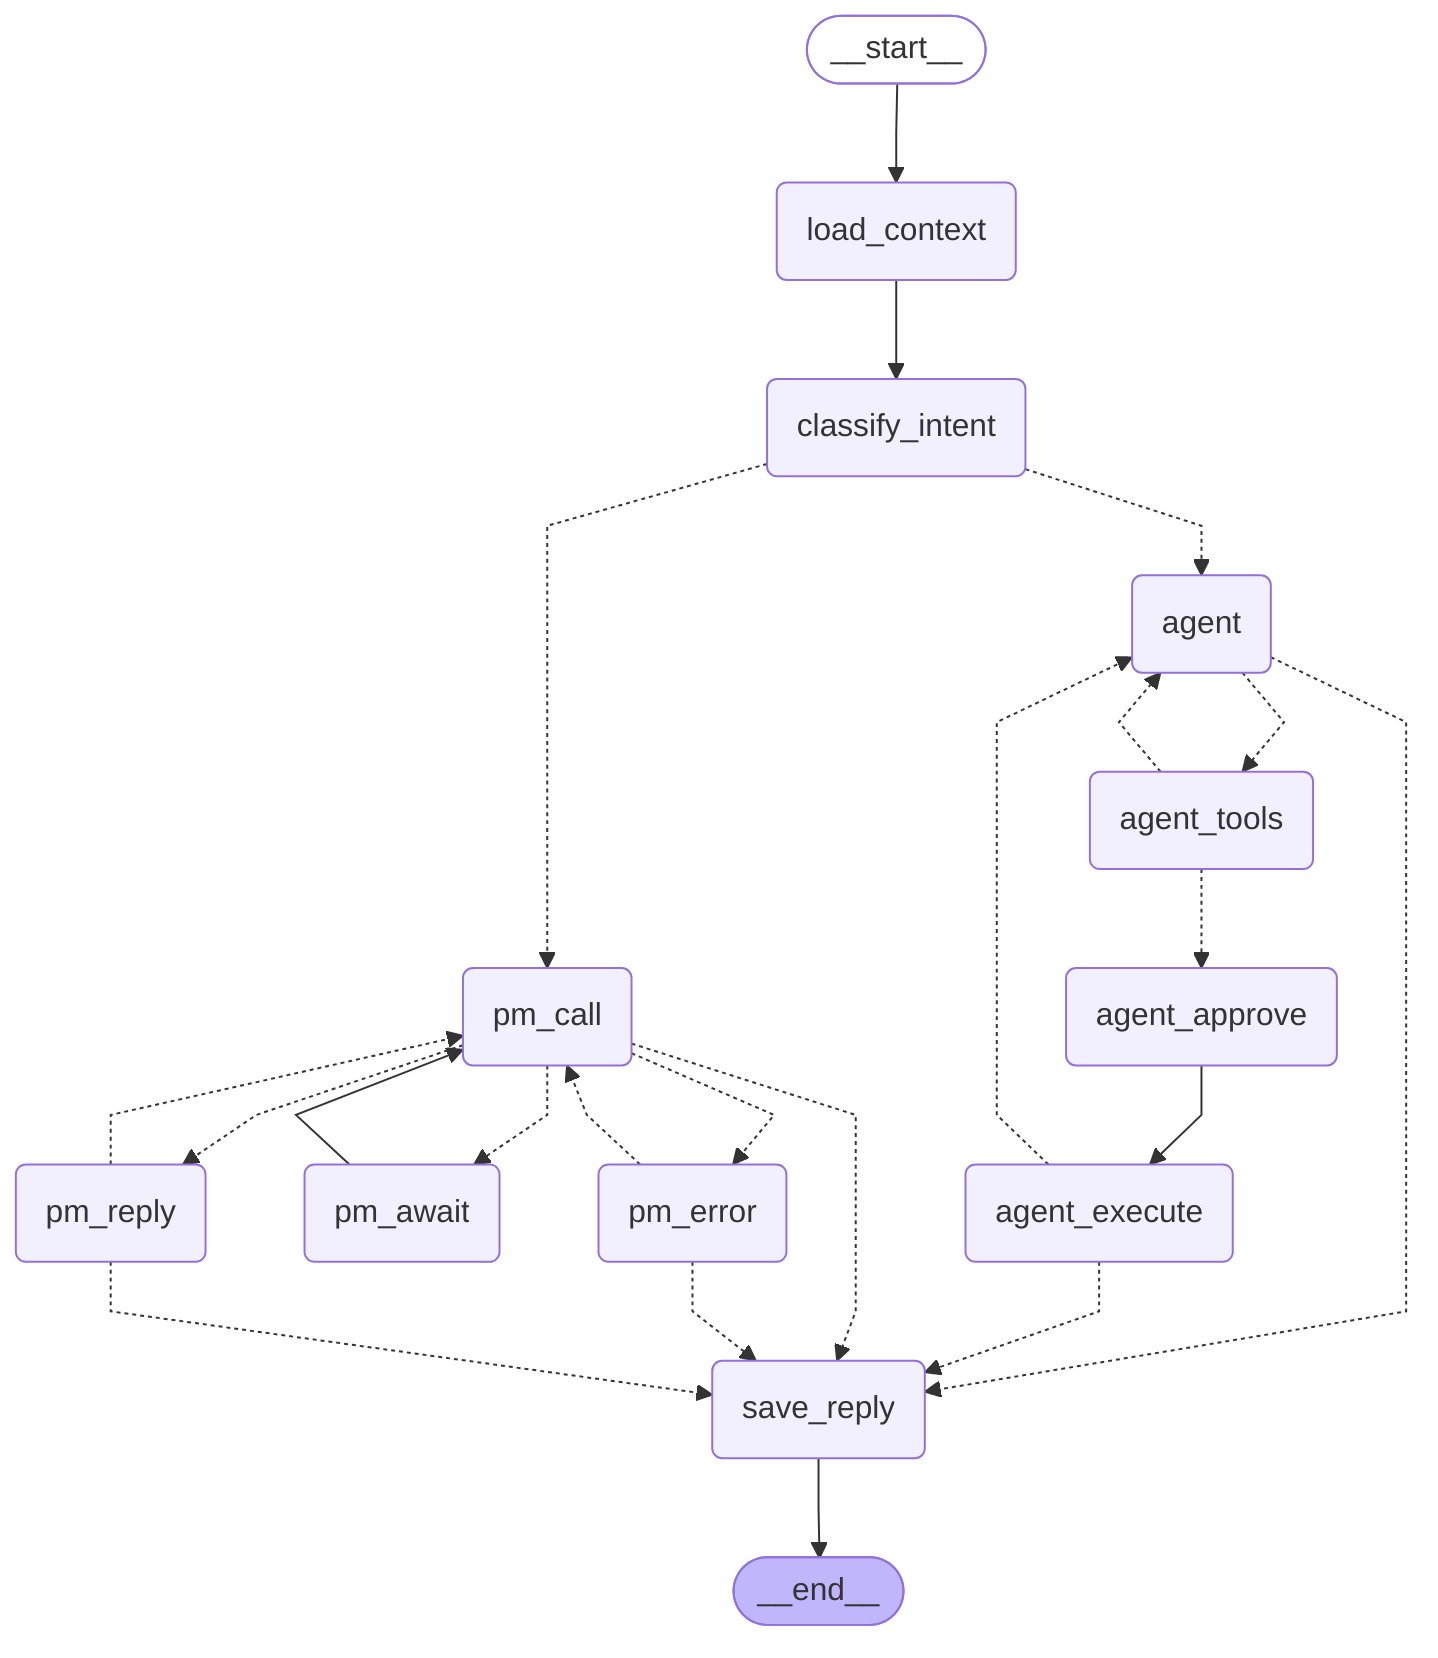
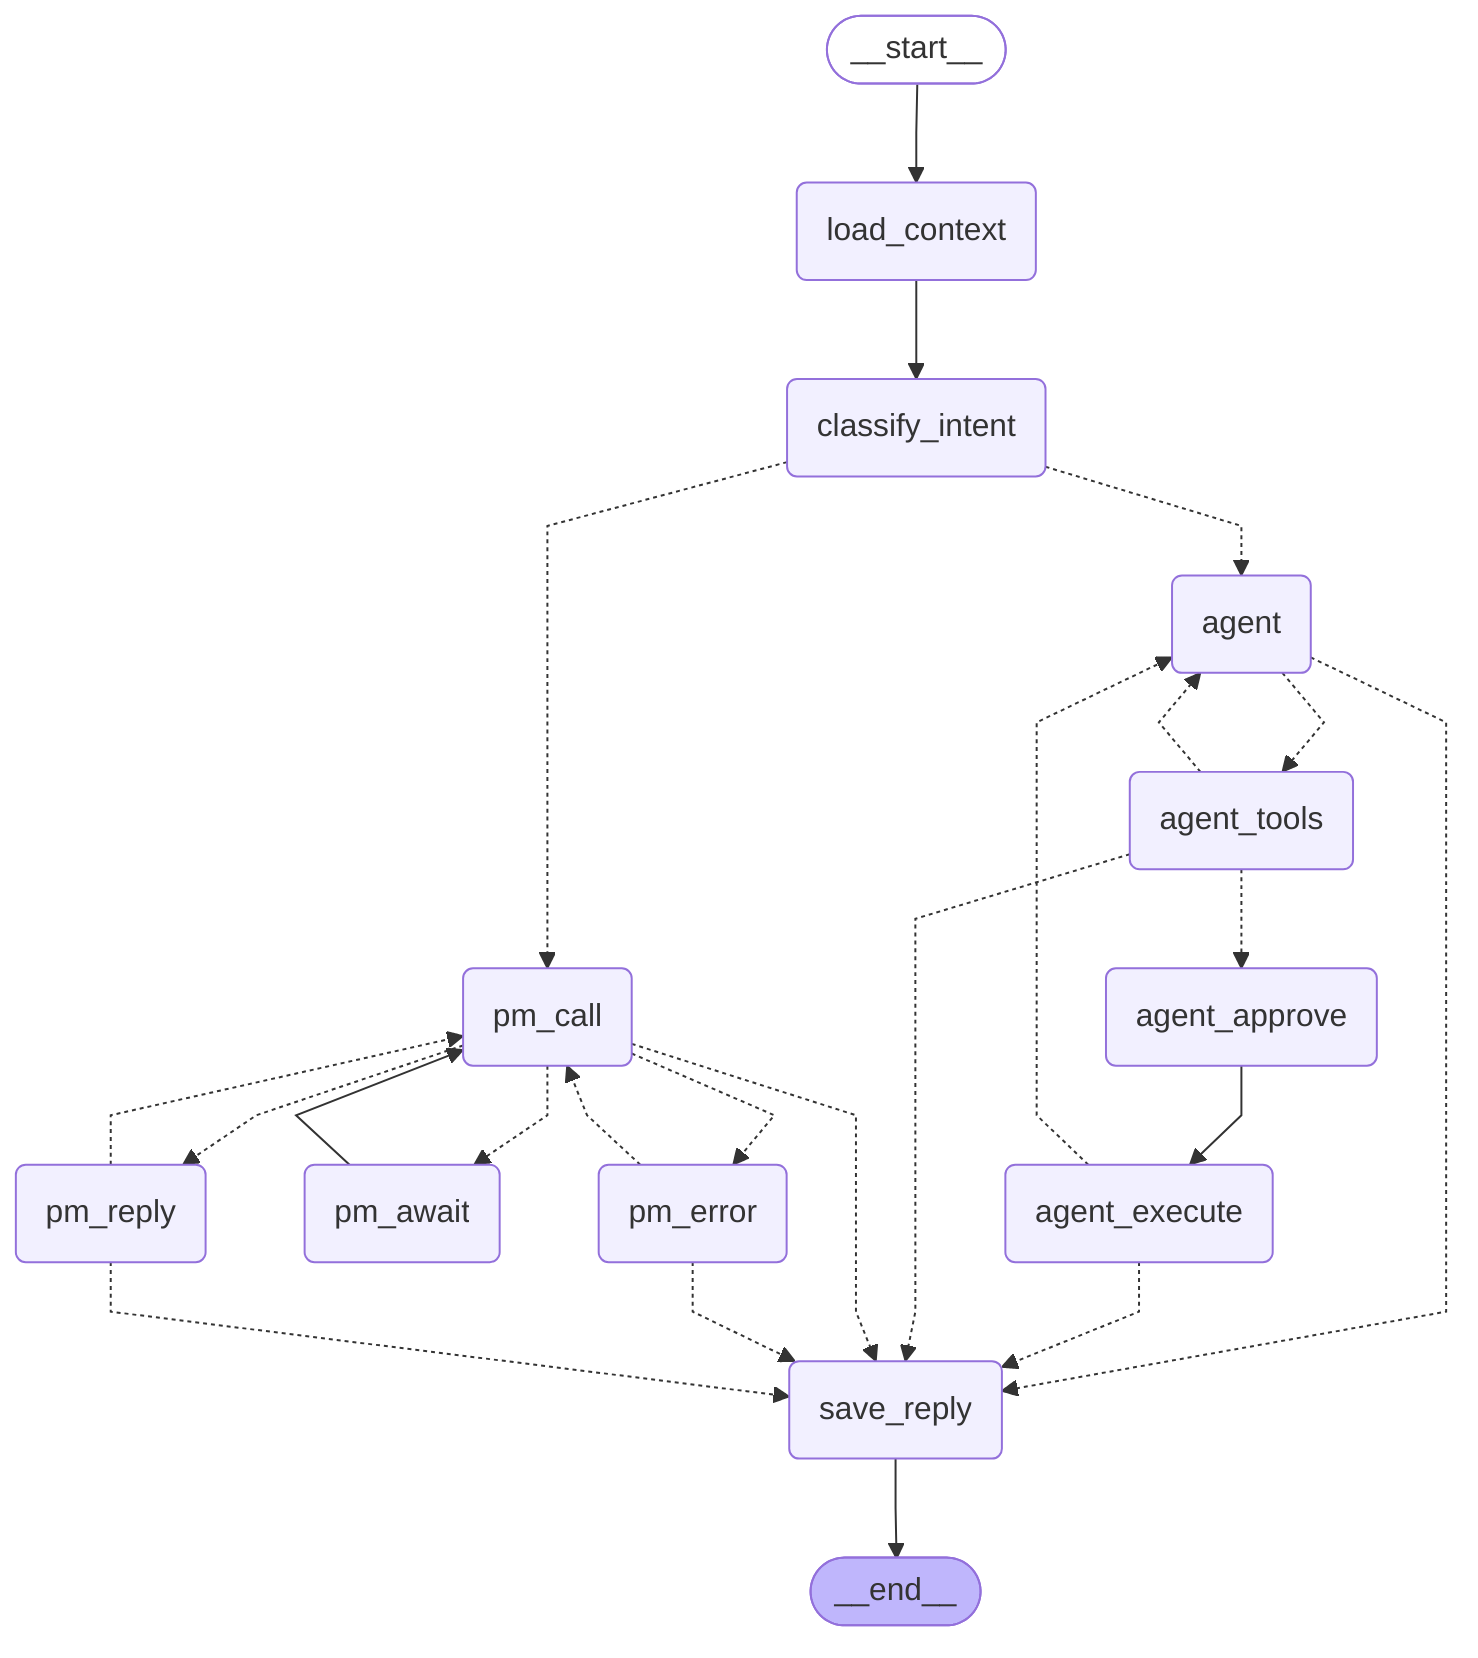
---
config:
  flowchart:
    curve: linear
---
graph TD;
	__start__([<p>__start__</p>]):::first
	load_context(load_context)
	classify_intent(classify_intent)
	agent(agent)
	agent_tools(agent_tools)
	agent_approve(agent_approve)
	agent_execute(agent_execute)
	pm_call(pm_call)
	pm_await(pm_await)
	pm_reply(pm_reply)
	pm_error(pm_error)
	save_reply(save_reply)
	__end__([<p>__end__</p>]):::last
	__start__ --> load_context;
	agent -.-> agent_tools;
	agent -.-> save_reply;
	agent_approve --> agent_execute;
	agent_execute -.-> agent;
	agent_execute -.-> save_reply;
	agent_tools -.-> agent;
	agent_tools -.-> agent_approve;
+ 	agent_tools -.-> save_reply;
	classify_intent -.-> agent;
	classify_intent -.-> pm_call;
	load_context --> classify_intent;
	pm_await --> pm_call;
	pm_call -.-> pm_await;
	pm_call -.-> pm_error;
	pm_call -.-> pm_reply;
	pm_call -.-> save_reply;
	pm_error -.-> pm_call;
	pm_error -.-> save_reply;
	pm_reply -.-> pm_call;
	pm_reply -.-> save_reply;
	save_reply --> __end__;
	classDef default fill:#f2f0ff,line-height:1.2
	classDef first fill-opacity:0
	classDef last fill:#bfb6fc
